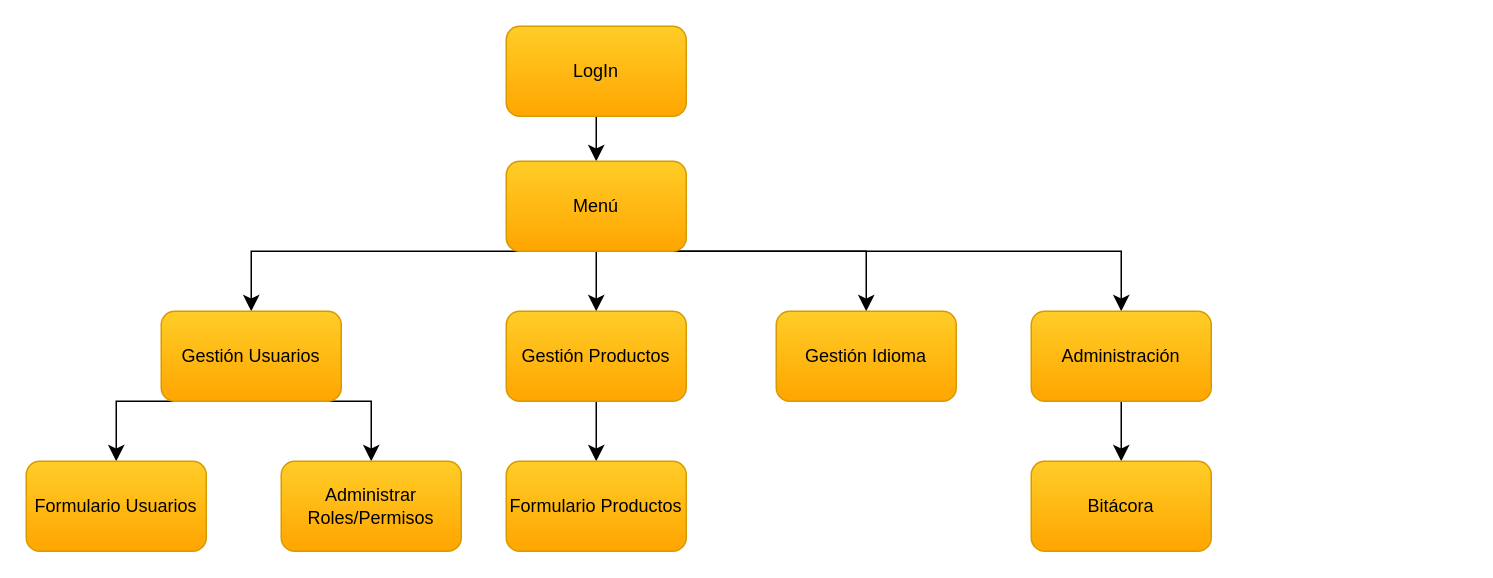
This is Documentación/Menú Tentativo Sistema.drawio from SebaFM04/IngenieriadeSoftware_CAJAL_FERNANDEZ, a draw.io file, before an edit. Source tidied: cells renumbered, new cells numbered last; positions are measured from the earlier drawing's top-left corner, leaving out a move shared by most shapes. Both pictures are drawn from the tidied source at 150%, with x=0, y=0 at pixel (26, 26).
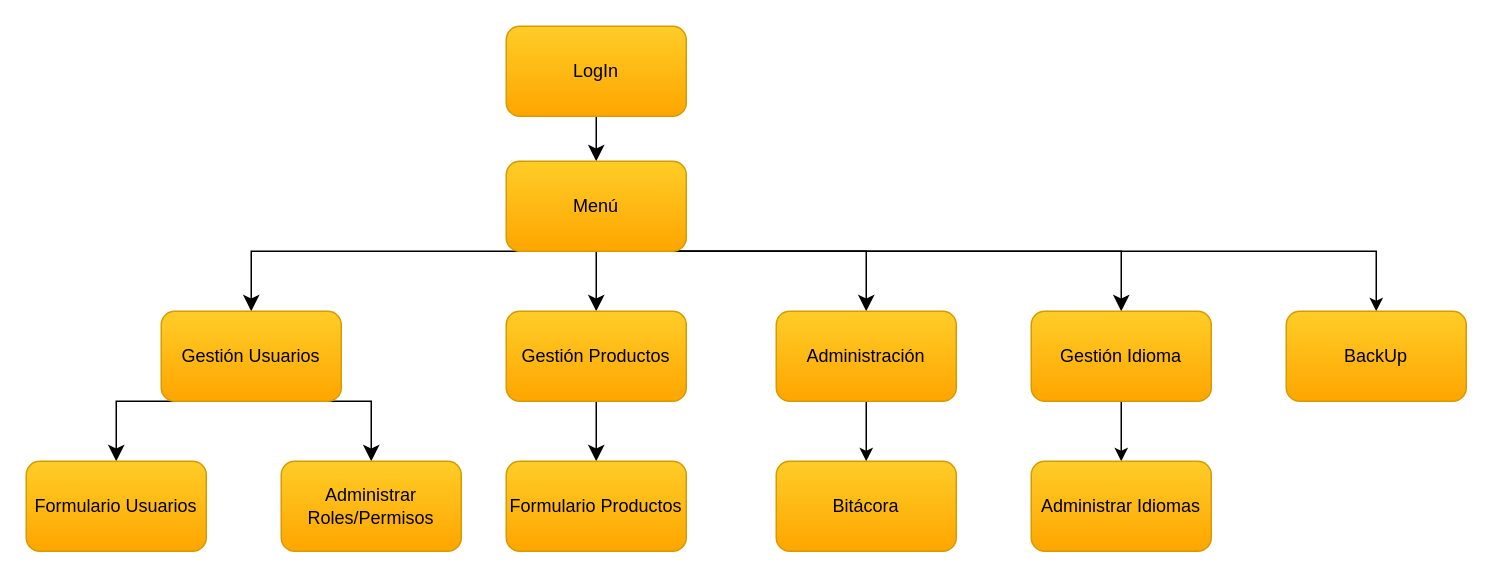
The same page after the edit.

Unchanged cells that the change refers to:
```xml
<mxCell id="8" value="Menú" style="rounded=1;whiteSpace=wrap;html=1;fillColor=#ffcd28;strokeColor=#d79b00;gradientColor=#ffa500;" parent="1" vertex="1">
  <mxGeometry x="320" y="90" width="120" height="60" as="geometry" />
</mxCell>
```

The edit, as a diff of the source:
```diff
@@
-    <mxCell id="6" style="edgeStyle=none;curved=0;rounded=0;jettySize=auto;html=1;exitX=0.5;exitY=1;exitDx=0;exitDy=0;entryX=0.5;entryY=0;entryDx=0;entryDy=0;fontSize=12;startSize=8;endSize=8;fillColor=#ffcd28;strokeColor=#000000;gradientColor=#ffa500;" parent="1" edge="1" source="8" target="19">
+    <mxCell id="6" style="edgeStyle=none;curved=0;rounded=0;jettySize=auto;html=1;exitX=0.5;exitY=1;exitDx=0;exitDy=0;entryX=0.5;entryY=0;entryDx=0;entryDy=0;fontSize=12;startSize=8;endSize=8;fillColor=#ffcd28;strokeColor=#000000;gradientColor=#ffa500;" parent="1" edge="1" source="8">
       <mxGeometry relative="1" as="geometry">
+        <mxPoint x="560" y="190" as="targetPoint" />
         <Array as="points">
           <mxPoint x="560" y="150" />
         </Array>
       </mxGeometry>
     </mxCell>
-    <mxCell id="7" style="edgeStyle=none;curved=0;rounded=0;jettySize=auto;html=1;exitX=0.5;exitY=1;exitDx=0;exitDy=0;entryX=0.5;entryY=0;entryDx=0;entryDy=0;fontSize=12;startSize=8;endSize=8;fillColor=#ffcd28;strokeColor=#000000;gradientColor=#ffa500;" parent="1" edge="1" source="8" target="15">
+    <mxCell id="7" style="edgeStyle=none;curved=0;rounded=0;jettySize=auto;html=1;exitX=0.5;exitY=1;exitDx=0;exitDy=0;entryX=0.5;entryY=0;entryDx=0;entryDy=0;fontSize=12;startSize=8;endSize=8;fillColor=#ffcd28;strokeColor=#000000;gradientColor=#ffa500;" parent="1" edge="1" source="8" target="19">
       <mxGeometry relative="1" as="geometry">
         <Array as="points">
           <mxPoint x="730" y="150" />
         </Array>
       </mxGeometry>
     </mxCell>
+    <mxCell id="21" style="edgeStyle=orthogonalEdgeStyle;rounded=0;jettySize=auto;html=1;exitX=0.5;exitY=1;exitDx=0;exitDy=0;entryX=0.5;entryY=0;entryDx=0;entryDy=0;" parent="1" edge="1" source="8" target="24">
+      <mxGeometry relative="1" as="geometry">
+        <Array as="points">
+          <mxPoint x="900" y="150" />
+        </Array>
+      </mxGeometry>
+    </mxCell>
@@
+    <mxCell id="16" value="Formulario Usuarios" style="rounded=1;whiteSpace=wrap;html=1;fillColor=#ffcd28;strokeColor=#d79b00;gradientColor=#ffa500;" parent="1" vertex="1">
+      <mxGeometry y="290" width="120" height="60" as="geometry" />
+    </mxCell>
+    <mxCell id="17" value="Formulario Productos" style="rounded=1;whiteSpace=wrap;html=1;fillColor=#ffcd28;strokeColor=#d79b00;gradientColor=#ffa500;" parent="1" vertex="1">
+      <mxGeometry x="320" y="290" width="120" height="60" as="geometry" />
+    </mxCell>
+    <mxCell id="20" value="Administrar Roles/Permisos" style="rounded=1;whiteSpace=wrap;html=1;fillColor=#ffcd28;strokeColor=#d79b00;gradientColor=#ffa500;" parent="1" vertex="1">
+      <mxGeometry x="170" y="290" width="120" height="60" as="geometry" />
+    </mxCell>
+    <mxCell id="22" style="edgeStyle=orthogonalEdgeStyle;rounded=0;jettySize=auto;html=1;exitX=0.5;exitY=1;exitDx=0;exitDy=0;entryX=0.5;entryY=0;entryDx=0;entryDy=0;" parent="1" edge="1" source="19" target="23">
+      <mxGeometry relative="1" as="geometry" />
+    </mxCell>
+    <mxCell id="19" value="Gestión Idioma" style="rounded=1;whiteSpace=wrap;html=1;fillColor=#ffcd28;strokeColor=#d79b00;gradientColor=#ffa500;" parent="1" vertex="1">
+      <mxGeometry x="670" y="190" width="120" height="60" as="geometry" />
+    </mxCell>
-    <mxCell id="14" style="edgeStyle=none;curved=1;rounded=0;jettySize=auto;html=1;exitX=0.5;exitY=1;exitDx=0;exitDy=0;entryX=0.5;entryY=0;entryDx=0;entryDy=0;fontSize=12;startSize=8;endSize=8;fillColor=#ffcd28;strokeColor=#000000;gradientColor=#ffa500;" parent="1" edge="1" source="15" target="18">
+    <mxCell id="14" style="edgeStyle=orthogonalEdgeStyle;rounded=0;jettySize=auto;html=1;exitX=0.5;exitY=1;exitDx=0;exitDy=0;entryX=0.5;entryY=0;entryDx=0;entryDy=0;" parent="1" edge="1" source="15" target="18">
       <mxGeometry relative="1" as="geometry" />
     </mxCell>
     <mxCell id="15" value="Administración" style="rounded=1;whiteSpace=wrap;html=1;fillColor=#ffcd28;strokeColor=#d79b00;gradientColor=#ffa500;" parent="1" vertex="1">
-      <mxGeometry x="670" y="190" width="120" height="60" as="geometry" />
+      <mxGeometry x="500" y="190" width="120" height="60" as="geometry" />
     </mxCell>
-    <mxCell id="16" value="Formulario Usuarios" style="rounded=1;whiteSpace=wrap;html=1;fillColor=#ffcd28;strokeColor=#d79b00;gradientColor=#ffa500;" parent="1" vertex="1">
-      <mxGeometry y="290" width="120" height="60" as="geometry" />
-    </mxCell>
-    <mxCell id="17" value="Formulario Productos" style="rounded=1;whiteSpace=wrap;html=1;fillColor=#ffcd28;strokeColor=#d79b00;gradientColor=#ffa500;" parent="1" vertex="1">
-      <mxGeometry x="320" y="290" width="120" height="60" as="geometry" />
-    </mxCell>
     <mxCell id="18" value="Bitácora" style="rounded=1;whiteSpace=wrap;html=1;fillColor=#ffcd28;strokeColor=#d79b00;gradientColor=#ffa500;" parent="1" vertex="1">
-      <mxGeometry x="670" y="290" width="120" height="60" as="geometry" />
+      <mxGeometry x="500" y="290" width="120" height="60" as="geometry" />
     </mxCell>
-    <mxCell id="19" value="Gestión Idioma" style="rounded=1;whiteSpace=wrap;html=1;fillColor=#ffcd28;strokeColor=#d79b00;gradientColor=#ffa500;" parent="1" vertex="1">
-      <mxGeometry x="500" y="190" width="120" height="60" as="geometry" />
-    </mxCell>
-    <mxCell id="20" value="Administrar Roles/Permisos" style="rounded=1;whiteSpace=wrap;html=1;fillColor=#ffcd28;strokeColor=#d79b00;gradientColor=#ffa500;" parent="1" vertex="1">
-      <mxGeometry x="170" y="290" width="120" height="60" as="geometry" />
-    </mxCell>
+    <mxCell id="23" value="Administrar Idiomas" style="rounded=1;whiteSpace=wrap;html=1;fillColor=#ffcd28;strokeColor=#d79b00;gradientColor=#ffa500;" parent="1" vertex="1">
+      <mxGeometry x="670" y="290" width="120" height="60" as="geometry" />
+    </mxCell>
+    <mxCell id="24" value="BackUp" style="rounded=1;whiteSpace=wrap;html=1;fillColor=#ffcd28;strokeColor=#d79b00;gradientColor=#ffa500;" parent="1" vertex="1">
+      <mxGeometry x="840" y="190" width="120" height="60" as="geometry" />
+    </mxCell>
```
